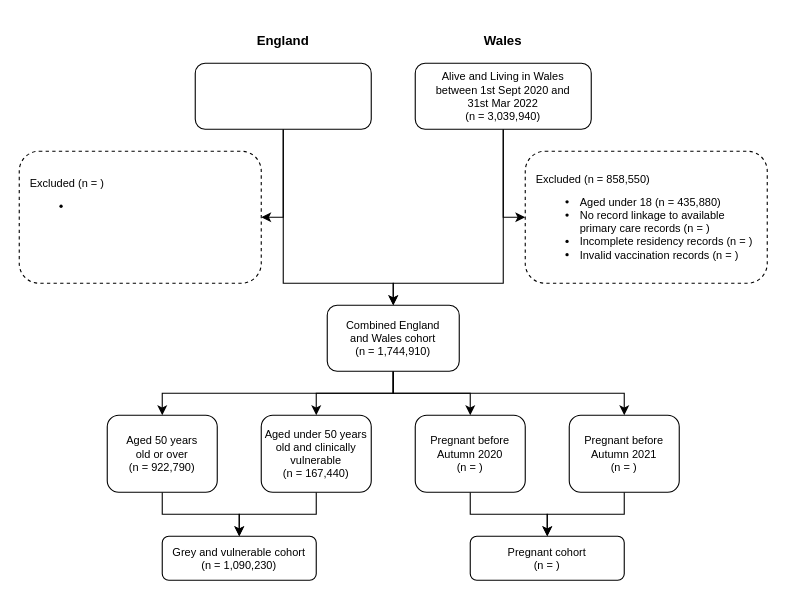
Earlier version of the draw.io diagram figure_cohort_inclusion_flowchart.drawio (stubedston/dacvap-c19-flu-vaccine-disparity). Source tidied: cells renumbered, new cells numbered last; positions are measured from the earlier drawing's top-left corner, leaving out a move shared by most shapes. Both pictures are drawn from the tidied source at 110%, with x=0, y=0 at pixel (19, 19).
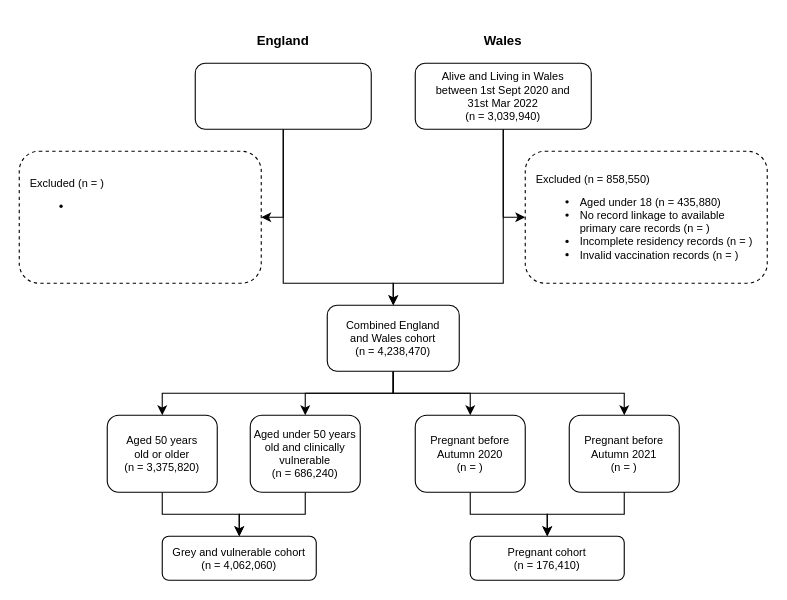
After the change.

The edit, as a diff of the source:
```diff
@@
-    <mxCell id="10" value="&lt;font style=&quot;font-size: 10px&quot;&gt;&lt;font style=&quot;font-size: 10px&quot;&gt;Combined England&lt;br&gt;and Wales cohort&lt;br style=&quot;font-size: 10px&quot;&gt;&lt;font style=&quot;font-size: 10px&quot;&gt;&lt;span style=&quot;font-size: 10px&quot;&gt;(n = 1,744,910)&lt;/span&gt;&lt;/font&gt;&lt;/font&gt;&lt;br style=&quot;font-size: 10px&quot;&gt;&lt;/font&gt;" style="rounded=1;whiteSpace=wrap;html=1;fontSize=10;glass=0;strokeWidth=1;shadow=0;" parent="1" vertex="1">
+    <mxCell id="10" value="&lt;font style=&quot;font-size: 10px&quot;&gt;&lt;font style=&quot;font-size: 10px&quot;&gt;Combined England&lt;br&gt;and Wales cohort&lt;br style=&quot;font-size: 10px&quot;&gt;&lt;font style=&quot;font-size: 10px&quot;&gt;&lt;span style=&quot;font-size: 10px&quot;&gt;(n = 4,238,470)&lt;/span&gt;&lt;/font&gt;&lt;/font&gt;&lt;br style=&quot;font-size: 10px&quot;&gt;&lt;/font&gt;" style="rounded=1;whiteSpace=wrap;html=1;fontSize=10;glass=0;strokeWidth=1;shadow=0;" parent="1" vertex="1">
       <mxGeometry x="280" y="260" width="120" height="60" as="geometry" />
     </mxCell>
@@
-    <mxCell id="12" value="&lt;div style=&quot;font-size: 10px&quot;&gt;&lt;span style=&quot;font-size: 10px&quot;&gt;Aged 50 years&lt;br&gt;old or over&lt;/span&gt;&lt;/div&gt;&lt;div style=&quot;font-size: 10px&quot;&gt;&lt;span style=&quot;font-size: 10px&quot;&gt;&lt;span style=&quot;font-size: 10px&quot;&gt;(n = 922,790)&lt;/span&gt;&lt;/span&gt;&lt;/div&gt;" style="rounded=1;whiteSpace=wrap;html=1;fontSize=10;glass=0;strokeWidth=1;shadow=0;align=center;fontStyle=0;" parent="1" vertex="1">
+    <mxCell id="12" value="&lt;div style=&quot;font-size: 10px&quot;&gt;&lt;span style=&quot;font-size: 10px&quot;&gt;Aged 50 years&lt;/span&gt;&lt;/div&gt;&lt;div style=&quot;font-size: 10px&quot;&gt;&lt;span style=&quot;font-size: 10px&quot;&gt;old&amp;nbsp;&lt;/span&gt;&lt;span style=&quot;background-color: initial;&quot;&gt;or older&lt;/span&gt;&lt;/div&gt;&lt;div style=&quot;font-size: 10px&quot;&gt;&lt;span style=&quot;font-size: 10px&quot;&gt;(n = 3,375,820)&lt;/span&gt;&lt;/div&gt;" style="rounded=1;whiteSpace=wrap;html=1;fontSize=10;glass=0;strokeWidth=1;shadow=0;align=center;fontStyle=0;" parent="1" vertex="1">
       <mxGeometry x="80" y="360" width="100" height="70" as="geometry" />
     </mxCell>
-    <mxCell id="13" value="&lt;font style=&quot;font-size: 10px&quot;&gt;&lt;font style=&quot;font-size: 10px&quot;&gt;&lt;span style=&quot;font-size: 10px&quot;&gt;&lt;span style=&quot;font-size: 10px&quot;&gt;Grey and vulnerable cohort&lt;/span&gt;&lt;br style=&quot;font-size: 10px&quot;&gt;&lt;font style=&quot;font-size: 10px&quot;&gt;(n = 1,090,230)&lt;/font&gt;&lt;/span&gt;&lt;/font&gt;&lt;br style=&quot;font-size: 10px&quot;&gt;&lt;/font&gt;" style="rounded=1;whiteSpace=wrap;html=1;fontSize=10;glass=0;strokeWidth=1;shadow=0;fontStyle=0;" parent="1" vertex="1">
+    <mxCell id="13" value="&lt;font style=&quot;font-size: 10px&quot;&gt;&lt;font style=&quot;font-size: 10px&quot;&gt;&lt;span style=&quot;font-size: 10px&quot;&gt;&lt;span style=&quot;font-size: 10px&quot;&gt;Grey and vulnerable cohort&lt;/span&gt;&lt;br style=&quot;font-size: 10px&quot;&gt;&lt;font style=&quot;font-size: 10px&quot;&gt;(n = 4,062,060)&lt;/font&gt;&lt;/span&gt;&lt;/font&gt;&lt;br style=&quot;font-size: 10px&quot;&gt;&lt;/font&gt;" style="rounded=1;whiteSpace=wrap;html=1;fontSize=10;glass=0;strokeWidth=1;shadow=0;fontStyle=0;" parent="1" vertex="1">
       <mxGeometry x="130" y="470" width="140" height="40" as="geometry" />
     </mxCell>
@@
-    <mxCell id="15" value="Aged under 50 years&lt;br&gt;old and clinically vulnerable&lt;br style=&quot;font-size: 10px&quot;&gt;&lt;span style=&quot;font-size: 10px&quot;&gt;(n = 167,440)&lt;/span&gt;" style="rounded=1;whiteSpace=wrap;html=1;fontStyle=0;fontSize=10;" parent="1" vertex="1">
-      <mxGeometry x="220" y="360" width="100" height="70" as="geometry" />
+    <mxCell id="15" value="Aged under 50 years&lt;br&gt;old and clinically vulnerable&lt;br style=&quot;font-size: 10px&quot;&gt;&lt;span style=&quot;font-size: 10px&quot;&gt;(n = 686,240)&lt;/span&gt;" style="rounded=1;whiteSpace=wrap;html=1;fontStyle=0;fontSize=10;" parent="1" vertex="1">
+      <mxGeometry x="210" y="360" width="100" height="70" as="geometry" />
     </mxCell>
@@
-    <mxCell id="26" value="&lt;font style=&quot;font-size: 10px&quot;&gt;Pregnant cohort&lt;br&gt;(n = )&lt;br style=&quot;font-size: 10px&quot;&gt;&lt;/font&gt;" style="rounded=1;whiteSpace=wrap;html=1;fontSize=10;glass=0;strokeWidth=1;shadow=0;fontStyle=0;" parent="1" vertex="1">
+    <mxCell id="26" value="&lt;font style=&quot;font-size: 10px&quot;&gt;Pregnant cohort&lt;br&gt;(n = 176,410)&lt;br style=&quot;font-size: 10px&quot;&gt;&lt;/font&gt;" style="rounded=1;whiteSpace=wrap;html=1;fontSize=10;glass=0;strokeWidth=1;shadow=0;fontStyle=0;" parent="1" vertex="1">
       <mxGeometry x="410" y="470" width="140" height="40" as="geometry" />
     </mxCell>
```
